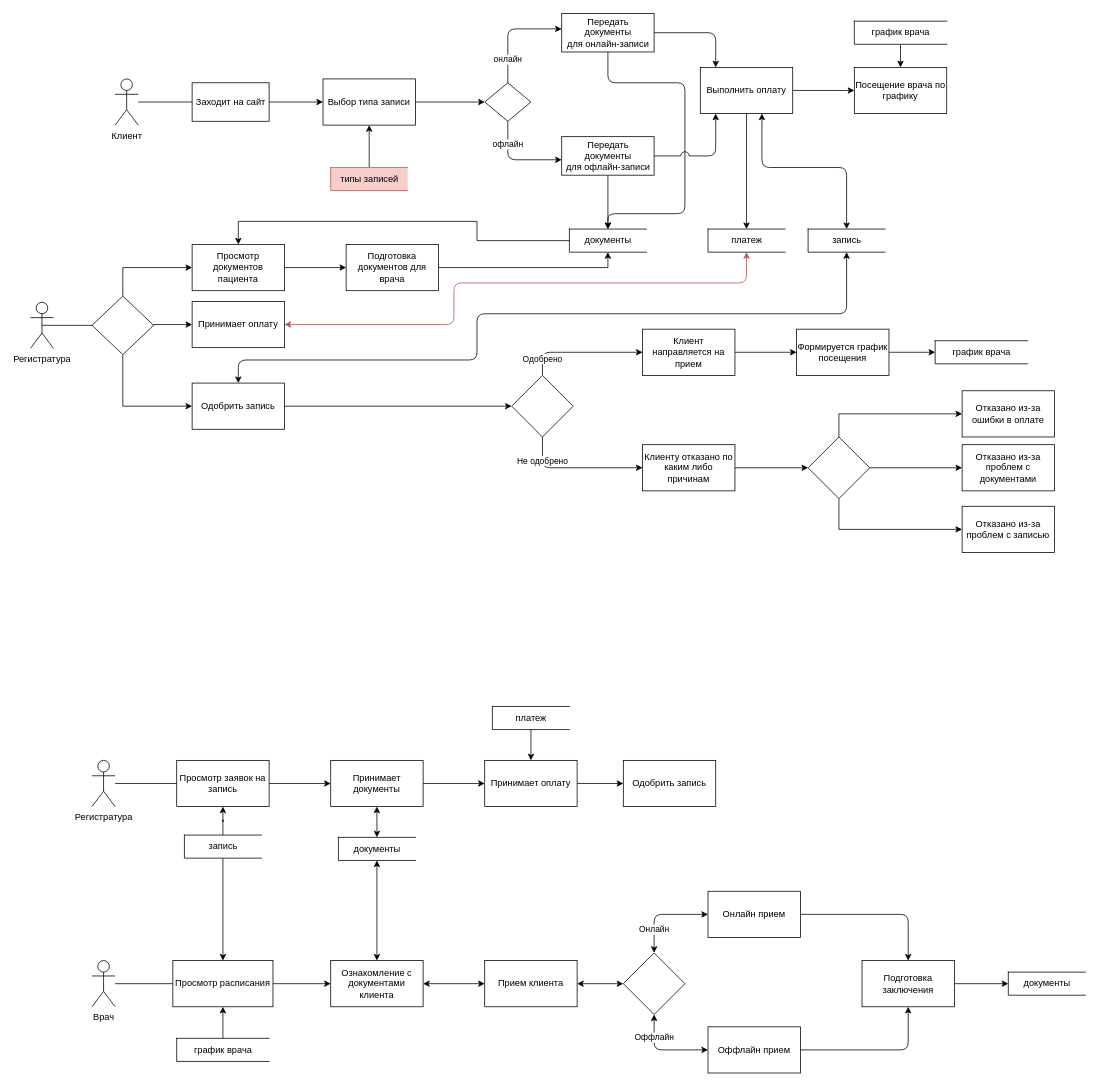
Before: page "Page-2" (2 of 3) of diagram.drawio in vlvsk/TechnologiiProg, a draw.io diagram. Source tidied: cells renumbered, new cells numbered last; positions are measured from the earlier drawing's top-left corner, leaving out a move shared by most shapes. Both pictures are drawn from the tidied source at 77%, with x=0, y=0 at pixel (30, 13).
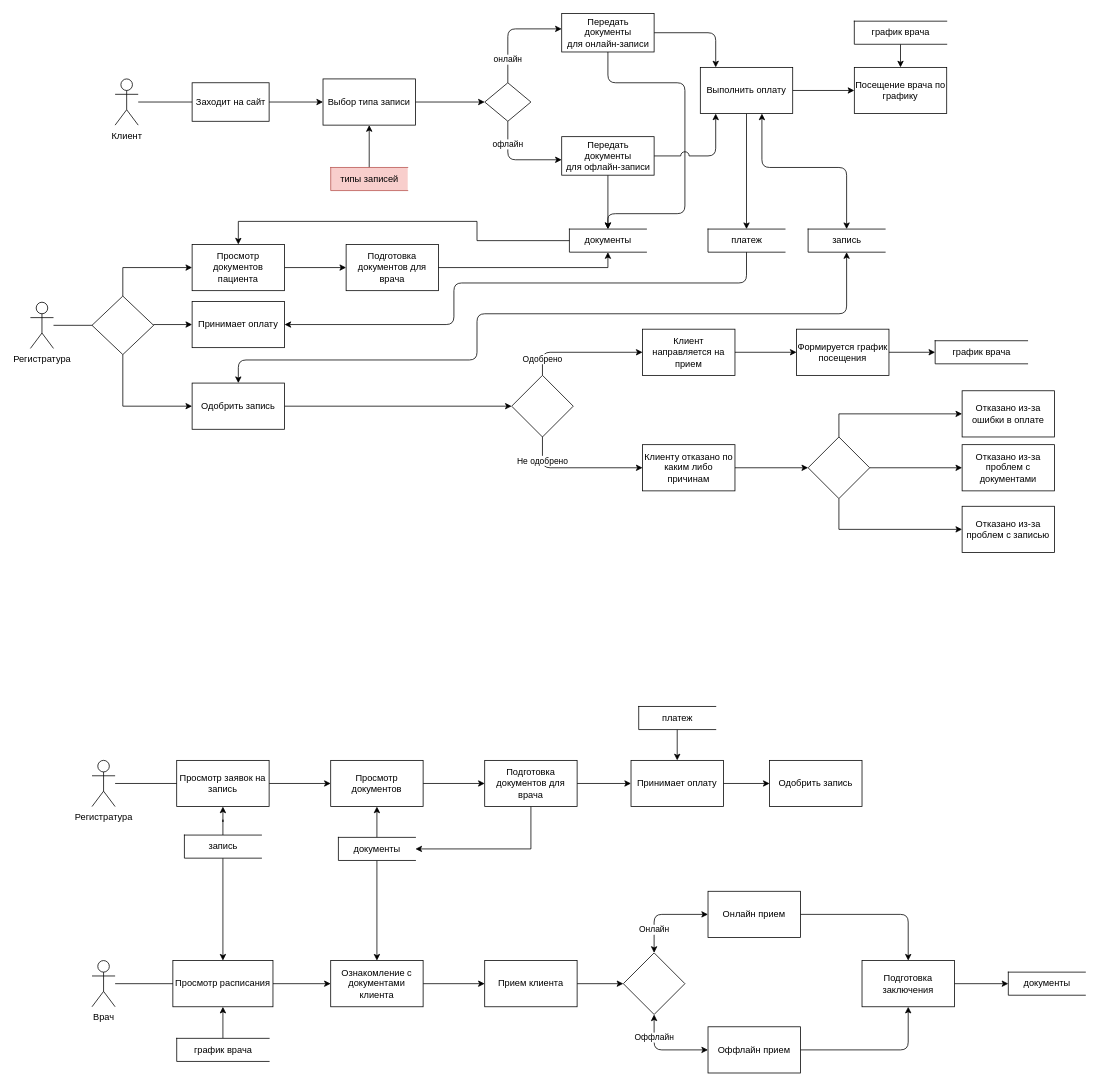
The same diagram, later.

Unchanged cells that the change refers to:
```xml
<mxCell id="24" value="платеж" style="html=1;dashed=0;whitespace=wrap;shape=partialRectangle;right=0;" parent="1" vertex="1">
  <mxGeometry x="880" y="280" width="100" height="30" as="geometry" />
</mxCell>
<mxCell id="25" value="Регистратура" style="shape=umlActor;verticalLabelPosition=bottom;verticalAlign=top;html=1;outlineConnect=0;" parent="1" vertex="1">
  <mxGeometry y="375" width="30" height="60" as="geometry" />
</mxCell>
<mxCell id="39" value="документы" style="html=1;dashed=0;whitespace=wrap;shape=partialRectangle;right=0;" parent="1" vertex="1">
  <mxGeometry x="400" y="1070" width="100" height="30" as="geometry" />
</mxCell>
<mxCell id="55" value="Принимает оплату" style="rounded=0;whiteSpace=wrap;html=1;" parent="1" vertex="1">
  <mxGeometry x="210" y="374" width="120" height="60" as="geometry" />
</mxCell>
<mxCell id="65" value="Ознакомление с документами клиента" style="whiteSpace=wrap;html=1;rounded=0;" parent="1" vertex="1">
  <mxGeometry x="390" y="1230" width="120" height="60" as="geometry" />
</mxCell>
<mxCell id="70" value="Прием клиента" style="whiteSpace=wrap;html=1;rounded=0;" parent="1" vertex="1">
  <mxGeometry x="590" y="1230" width="120" height="60" as="geometry" />
</mxCell>
<mxCell id="73" style="rhombus;whiteSpace=wrap;html=1;rounded=0;" parent="1" vertex="1">
  <mxGeometry x="770" y="1220" width="80" height="80" as="geometry" />
</mxCell>
<mxCell id="87" style="rhombus;whiteSpace=wrap;html=1;" parent="1" vertex="1">
  <mxGeometry x="80" y="367" width="80" height="76" as="geometry" />
</mxCell>
```

What changed in the source:
```diff
@@
-    <mxCell id="32" style="edgeStyle=orthogonalEdgeStyle;rounded=0;jettySize=auto;html=1;" parent="1" edge="1" source="34" target="37">
+    <mxCell id="32" style="edgeStyle=orthogonalEdgeStyle;rounded=0;jettySize=auto;html=1;exitX=1;exitY=0.5;exitDx=0;exitDy=0;" parent="1" edge="1" source="101" target="37">
       <mxGeometry relative="1" as="geometry" />
     </mxCell>
-    <mxCell id="33" style="edgeStyle=orthogonalEdgeStyle;rounded=0;jettySize=auto;html=1;entryX=0.5;entryY=0;entryDx=0;entryDy=0;startArrow=classic;startFill=1;" parent="1" edge="1" source="34" target="39">
+    <mxCell id="33" style="edgeStyle=orthogonalEdgeStyle;rounded=0;jettySize=auto;html=1;entryX=0.5;entryY=0;entryDx=0;entryDy=0;startArrow=classic;startFill=1;endArrow=none;endFill=0;" parent="1" edge="1" source="34" target="39">
       <mxGeometry relative="1" as="geometry" />
     </mxCell>
+    <mxCell id="99" style="edgeStyle=orthogonalEdgeStyle;rounded=0;jettySize=auto;html=1;exitX=1;exitY=0.5;exitDx=0;exitDy=0;startArrow=none;startFill=0;endArrow=classic;endFill=1;strokeColor=#000000;" parent="1" edge="1" source="34" target="101">
+      <mxGeometry relative="1" as="geometry" />
+    </mxCell>
-    <mxCell id="34" value="Принимает документы" style="whiteSpace=wrap;html=1;rounded=0;" parent="1" vertex="1">
+    <mxCell id="34" value="Просмотр документов" style="whiteSpace=wrap;html=1;rounded=0;" parent="1" vertex="1">
       <mxGeometry x="390" y="970" width="120" height="60" as="geometry" />
     </mxCell>
@@
     <mxCell id="37" value="Принимает оплату" style="rounded=0;whiteSpace=wrap;html=1;" parent="1" vertex="1">
-      <mxGeometry x="590" y="970" width="120" height="60" as="geometry" />
+      <mxGeometry x="780" y="970" width="120" height="60" as="geometry" />
     </mxCell>
-    <mxCell id="38" style="edgeStyle=orthogonalEdgeStyle;rounded=1;jettySize=auto;html=1;exitX=0.5;exitY=1;exitDx=0;exitDy=0;startArrow=classic;startFill=1;endArrow=classic;endFill=1;" parent="1" edge="1" source="39" target="65">
+    <mxCell id="38" style="edgeStyle=orthogonalEdgeStyle;rounded=1;jettySize=auto;html=1;exitX=0.5;exitY=1;exitDx=0;exitDy=0;startArrow=none;startFill=0;endArrow=classic;endFill=1;" parent="1" edge="1" source="39" target="65">
       <mxGeometry relative="1" as="geometry" />
     </mxCell>
@@
     <mxCell id="40" value="платеж" style="html=1;dashed=0;whitespace=wrap;shape=partialRectangle;right=0;" parent="1" vertex="1">
-      <mxGeometry x="600" y="900" width="100" height="30" as="geometry" />
+      <mxGeometry x="790" y="900" width="100" height="30" as="geometry" />
     </mxCell>
@@
-    <mxCell id="54" style="edgeStyle=orthogonalEdgeStyle;rounded=1;jettySize=auto;html=1;exitX=1;exitY=0.5;exitDx=0;exitDy=0;entryX=0.5;entryY=1;entryDx=0;entryDy=0;startArrow=classic;startFill=1;fillColor=#f8cecc;strokeColor=#b85450;" parent="1" edge="1" source="55" target="24">
+    <mxCell id="54" style="edgeStyle=orthogonalEdgeStyle;rounded=1;jettySize=auto;html=1;exitX=1;exitY=0.5;exitDx=0;exitDy=0;entryX=0.5;entryY=1;entryDx=0;entryDy=0;startArrow=classic;startFill=1;endArrow=none;endFill=0;" parent="1" edge="1" source="55" target="24">
       <mxGeometry relative="1" as="geometry">
         <Array as="points">
           <mxPoint x="550" y="404" />
           <mxPoint x="550" y="350" />
           <mxPoint x="930" y="350" />
         </Array>
       </mxGeometry>
     </mxCell>
@@
     <mxCell id="62" value="Одобрить запись" style="whiteSpace=wrap;html=1;rounded=0;" parent="1" vertex="1">
-      <mxGeometry x="770" y="970" width="120" height="60" as="geometry" />
+      <mxGeometry x="960" y="970" width="120" height="60" as="geometry" />
     </mxCell>
@@
-    <mxCell id="64" style="edgeStyle=orthogonalEdgeStyle;rounded=1;jettySize=auto;html=1;startArrow=classic;startFill=1;endArrow=classic;endFill=1;" parent="1" edge="1" source="65" target="70">
+    <mxCell id="64" style="edgeStyle=orthogonalEdgeStyle;rounded=1;jettySize=auto;html=1;startArrow=none;startFill=0;endArrow=classic;endFill=1;" parent="1" edge="1" source="65" target="70">
       <mxGeometry relative="1" as="geometry" />
     </mxCell>
@@
-    <mxCell id="69" style="edgeStyle=orthogonalEdgeStyle;rounded=1;jettySize=auto;html=1;startArrow=classic;startFill=1;endArrow=classic;endFill=1;" parent="1" edge="1" source="70" target="73">
+    <mxCell id="69" style="edgeStyle=orthogonalEdgeStyle;rounded=1;jettySize=auto;html=1;startArrow=none;startFill=0;endArrow=classic;endFill=1;" parent="1" edge="1" source="70" target="73">
       <mxGeometry relative="1" as="geometry" />
     </mxCell>
@@
-    <mxCell id="88" style="endArrow=none;html=1;rounded=0;entryX=0;entryY=0.5;entryDx=0;entryDy=0;exitX=0.5;exitY=0.5;exitDx=0;exitDy=0;exitPerimeter=0;" parent="1" edge="1" source="25" target="87">
-      <mxGeometry relative="1" as="geometry" />
-    </mxCell>
@@
+    <mxCell id="88" style="endArrow=none;html=1;rounded=0;strokeColor=#000000;entryX=0;entryY=0.5;entryDx=0;entryDy=0;" parent="1" edge="1" source="25" target="87">
+      <mxGeometry relative="1" as="geometry" />
+    </mxCell>
+    <mxCell id="100" style="edgeStyle=orthogonalEdgeStyle;rounded=0;jettySize=auto;html=1;exitX=0.5;exitY=1;exitDx=0;exitDy=0;entryX=1;entryY=0.5;entryDx=0;entryDy=0;startArrow=none;startFill=0;endArrow=classic;endFill=1;strokeColor=#000000;" parent="1" edge="1" source="101" target="39">
+      <mxGeometry relative="1" as="geometry" />
+    </mxCell>
+    <mxCell id="101" value="Подготовка документов для врача" style="whiteSpace=wrap;html=1;rounded=0;" parent="1" vertex="1">
+      <mxGeometry x="590" y="970" width="120" height="60" as="geometry" />
+    </mxCell>
```
